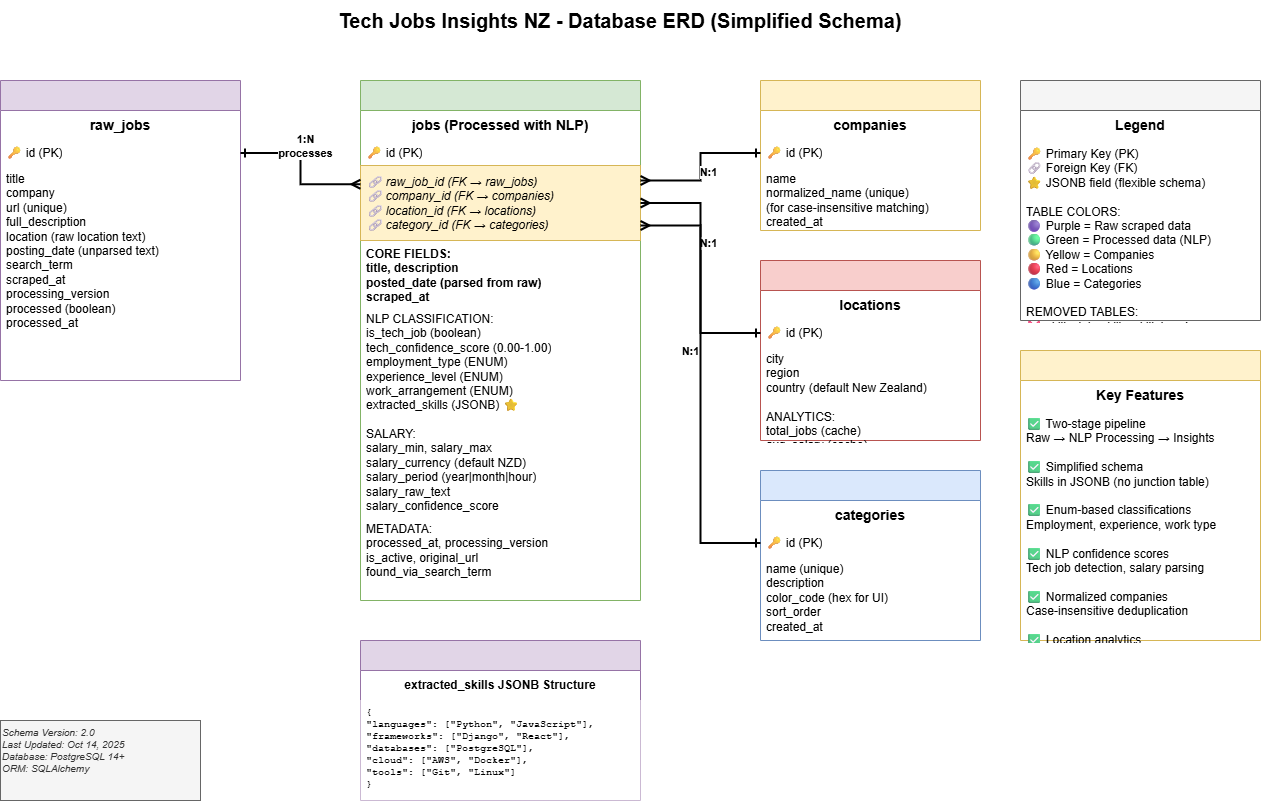
Above: ERD/Current_Database_ERD.drawio.png in TankHao12/techjobinsights (draw.io), before the change. Source tidied: cells renumbered, new cells last; positions are measured from the earlier drawing's top-left corner, leaving out a move shared by most shapes.
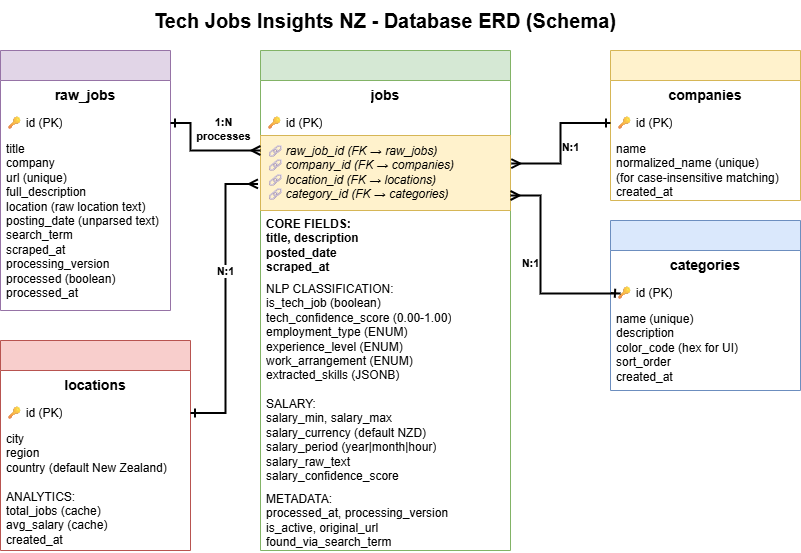
Later version of the same file.

Commit message:
update ERD images and add new System Architecture diagrams

Diff of the diagram source:
```diff
@@ -2,95 +2,96 @@
   <root>
     <mxCell id="0" />
     <mxCell id="1" parent="0" />
-    <mxCell id="2" value="Tech Jobs Insights NZ - Database ERD (Simplified Schema)" style="text;html=1;strokeColor=none;fillColor=none;align=center;verticalAlign=middle;whiteSpace=wrap;rounded=0;fontSize=20;fontStyle=1;" parent="1" vertex="1">
-      <mxGeometry x="320" width="600" height="40" as="geometry" />
+    <mxCell id="2" value="Tech Jobs Insights NZ - Database ERD (Schema)" style="text;html=1;strokeColor=none;fillColor=none;align=center;verticalAlign=middle;whiteSpace=wrap;rounded=0;fontSize=20;fontStyle=1;" parent="1" vertex="1">
+      <mxGeometry x="145" y="30" width="600" height="40" as="geometry" />
     </mxCell>
     <mxCell id="3" style="swimlane;fontStyle=0;horizontal=1;startSize=30;whiteSpace=wrap;html=1;fillColor=#e1d5e7;strokeColor=#9673a6;" parent="1" vertex="1">
-      <mxGeometry y="80" width="240" height="300" as="geometry" />
+      <mxGeometry x="60" y="80" width="170" height="260" as="geometry" />
     </mxCell>
     <mxCell id="4" value="raw_jobs" style="text;strokeColor=none;fillColor=none;align=center;verticalAlign=middle;spacingLeft=4;spacingRight=4;overflow=hidden;whiteSpace=wrap;html=1;fontStyle=1;fontSize=14;" parent="3" vertex="1">
-      <mxGeometry y="30" width="240" height="30" as="geometry" />
+      <mxGeometry y="30" width="170" height="30" as="geometry" />
     </mxCell>
     <mxCell id="5" value="🔑 id (PK)" style="text;strokeColor=none;fillColor=none;align=left;verticalAlign=middle;spacingLeft=4;spacingRight=4;overflow=hidden;points=[[0,0.5],[1,0.5]];portConstraint=eastwest;whiteSpace=wrap;html=1;" parent="3" vertex="1">
-      <mxGeometry y="60" width="240" height="25" as="geometry" />
+      <mxGeometry y="60" width="170" height="25" as="geometry" />
     </mxCell>
     <mxCell id="6" value="title&#10;company&#10;url (unique)&#10;full_description&#10;location (raw location text)&#10;posting_date (unparsed text)&#10;search_term&#10;scraped_at&#10;processing_version&#10;processed (boolean)&#10;processed_at" style="text;strokeColor=none;fillColor=none;align=left;verticalAlign=top;spacingLeft=4;spacingRight=4;overflow=hidden;whiteSpace=wrap;html=1;" parent="3" vertex="1">
-      <mxGeometry y="85" width="240" height="215" as="geometry" />
+      <mxGeometry y="85" width="170" height="175" as="geometry" />
     </mxCell>
     <mxCell id="7" style="swimlane;fontStyle=0;horizontal=1;startSize=30;whiteSpace=wrap;html=1;fillColor=#d5e8d4;strokeColor=#82b366;" parent="1" vertex="1">
-      <mxGeometry x="360" y="80" width="280" height="520" as="geometry" />
+      <mxGeometry x="320" y="80" width="250" height="500" as="geometry" />
     </mxCell>
-    <mxCell id="8" value="jobs (Processed with NLP)" style="text;strokeColor=none;fillColor=none;align=center;verticalAlign=middle;spacingLeft=4;spacingRight=4;overflow=hidden;whiteSpace=wrap;html=1;fontStyle=1;fontSize=14;" parent="7" vertex="1">
-      <mxGeometry y="30" width="280" height="30" as="geometry" />
+    <mxCell id="8" value="jobs" style="text;strokeColor=none;fillColor=none;align=center;verticalAlign=middle;spacingLeft=4;spacingRight=4;overflow=hidden;whiteSpace=wrap;html=1;fontStyle=1;fontSize=14;" parent="7" vertex="1">
+      <mxGeometry y="30" width="250" height="30" as="geometry" />
     </mxCell>
     <mxCell id="9" value="🔑 id (PK)" style="text;strokeColor=none;fillColor=none;align=left;verticalAlign=middle;spacingLeft=4;spacingRight=4;overflow=hidden;whiteSpace=wrap;html=1;" parent="7" vertex="1">
-      <mxGeometry y="60" width="280" height="25" as="geometry" />
+      <mxGeometry y="60" width="250" height="25" as="geometry" />
     </mxCell>
     <mxCell id="10" value="🔗 raw_job_id (FK → raw_jobs)&#10;🔗 company_id (FK → companies)&#10;🔗 location_id (FK → locations)&#10;🔗 category_id (FK → categories)" style="text;strokeColor=none;fillColor=#fff2cc;align=left;verticalAlign=middle;spacingLeft=4;spacingRight=4;overflow=hidden;points=[[0,0.5],[1,0.5]];portConstraint=eastwest;whiteSpace=wrap;html=1;fontStyle=2;strokeColor=#d6b656;" parent="7" vertex="1">
-      <mxGeometry y="85" width="280" height="75" as="geometry" />
+      <mxGeometry y="85" width="250" height="75" as="geometry" />
     </mxCell>
-    <mxCell id="11" value="CORE FIELDS:&#10;title, description&#10;posted_date (parsed from raw)&#10;scraped_at" style="text;strokeColor=none;fillColor=none;align=left;verticalAlign=top;spacingLeft=4;spacingRight=4;overflow=hidden;whiteSpace=wrap;html=1;fontStyle=1;" parent="7" vertex="1">
-      <mxGeometry y="160" width="280" height="65" as="geometry" />
+    <mxCell id="11" value="CORE FIELDS:&lt;br&gt;title, description&lt;br&gt;posted_date&lt;br&gt;scraped_at" style="text;strokeColor=none;fillColor=none;align=left;verticalAlign=top;spacingLeft=4;spacingRight=4;overflow=hidden;whiteSpace=wrap;html=1;fontStyle=1;" parent="7" vertex="1">
+      <mxGeometry y="160" width="250" height="65" as="geometry" />
     </mxCell>
-    <mxCell id="12" value="NLP CLASSIFICATION:&#10;is_tech_job (boolean)&#10;tech_confidence_score (0.00-1.00)&#10;employment_type (ENUM)&#10;experience_level (ENUM)&#10;work_arrangement (ENUM)&#10;extracted_skills (JSONB) ⭐" style="text;strokeColor=none;fillColor=none;align=left;verticalAlign=top;spacingLeft=4;spacingRight=4;overflow=hidden;whiteSpace=wrap;html=1;" parent="7" vertex="1">
-      <mxGeometry y="225" width="280" height="115" as="geometry" />
+    <mxCell id="12" value="NLP CLASSIFICATION:&lt;br&gt;is_tech_job (boolean)&lt;br&gt;tech_confidence_score (0.00-1.00)&lt;br&gt;employment_type (ENUM)&lt;br&gt;experience_level (ENUM)&lt;br&gt;work_arrangement (ENUM)&lt;br&gt;extracted_skills (JSONB)" style="text;strokeColor=none;fillColor=none;align=left;verticalAlign=top;spacingLeft=4;spacingRight=4;overflow=hidden;whiteSpace=wrap;html=1;" parent="7" vertex="1">
+      <mxGeometry y="225" width="250" height="115" as="geometry" />
     </mxCell>
     <mxCell id="13" value="SALARY:&#10;salary_min, salary_max&#10;salary_currency (default NZD)&#10;salary_period (year|month|hour)&#10;salary_raw_text&#10;salary_confidence_score" style="text;strokeColor=none;fillColor=none;align=left;verticalAlign=top;spacingLeft=4;spacingRight=4;overflow=hidden;whiteSpace=wrap;html=1;" parent="7" vertex="1">
-      <mxGeometry y="340" width="280" height="95" as="geometry" />
+      <mxGeometry y="340" width="250" height="95" as="geometry" />
     </mxCell>
     <mxCell id="14" value="METADATA:&#10;processed_at, processing_version&#10;is_active, original_url&#10;found_via_search_term" style="text;strokeColor=none;fillColor=none;align=left;verticalAlign=top;spacingLeft=4;spacingRight=4;overflow=hidden;whiteSpace=wrap;html=1;" parent="7" vertex="1">
-      <mxGeometry y="435" width="280" height="85" as="geometry" />
+      <mxGeometry y="435" width="250" height="65" as="geometry" />
     </mxCell>
     <mxCell id="15" style="swimlane;fontStyle=0;horizontal=1;startSize=30;whiteSpace=wrap;html=1;fillColor=#fff2cc;strokeColor=#d6b656;" parent="1" vertex="1">
-      <mxGeometry x="760" y="80" width="220" height="150" as="geometry" />
+      <mxGeometry x="670" y="80" width="190" height="150" as="geometry" />
     </mxCell>
     <mxCell id="16" value="companies" style="text;strokeColor=none;fillColor=none;align=center;verticalAlign=middle;spacingLeft=4;spacingRight=4;overflow=hidden;whiteSpace=wrap;html=1;fontStyle=1;fontSize=14;" parent="15" vertex="1">
-      <mxGeometry y="30" width="220" height="30" as="geometry" />
+      <mxGeometry y="30" width="190" height="30" as="geometry" />
     </mxCell>
     <mxCell id="17" value="🔑 id (PK)" style="text;strokeColor=none;fillColor=none;align=left;verticalAlign=middle;spacingLeft=4;spacingRight=4;overflow=hidden;points=[[0,0.5],[1,0.5]];portConstraint=eastwest;whiteSpace=wrap;html=1;" parent="15" vertex="1">
-      <mxGeometry y="60" width="220" height="25" as="geometry" />
+      <mxGeometry y="60" width="190" height="25" as="geometry" />
     </mxCell>
     <mxCell id="18" value="name&#10;normalized_name (unique)&#10;  (for case-insensitive matching)&#10;created_at" style="text;strokeColor=none;fillColor=none;align=left;verticalAlign=top;spacingLeft=4;spacingRight=4;overflow=hidden;whiteSpace=wrap;html=1;" parent="15" vertex="1">
-      <mxGeometry y="85" width="220" height="65" as="geometry" />
+      <mxGeometry y="85" width="190" height="65" as="geometry" />
     </mxCell>
     <mxCell id="19" style="swimlane;fontStyle=0;horizontal=1;startSize=30;whiteSpace=wrap;html=1;fillColor=#f8cecc;strokeColor=#b85450;" parent="1" vertex="1">
-      <mxGeometry x="760" y="260" width="220" height="180" as="geometry" />
+      <mxGeometry x="60" y="370" width="190" height="210" as="geometry" />
     </mxCell>
     <mxCell id="20" value="locations" style="text;strokeColor=none;fillColor=none;align=center;verticalAlign=middle;spacingLeft=4;spacingRight=4;overflow=hidden;whiteSpace=wrap;html=1;fontStyle=1;fontSize=14;" parent="19" vertex="1">
-      <mxGeometry y="30" width="220" height="30" as="geometry" />
+      <mxGeometry y="30" width="190" height="30" as="geometry" />
     </mxCell>
     <mxCell id="21" value="🔑 id (PK)" style="text;strokeColor=none;fillColor=none;align=left;verticalAlign=middle;spacingLeft=4;spacingRight=4;overflow=hidden;points=[[0,0.5],[1,0.5]];portConstraint=eastwest;whiteSpace=wrap;html=1;" parent="19" vertex="1">
-      <mxGeometry y="60" width="220" height="25" as="geometry" />
+      <mxGeometry y="60" width="190" height="25" as="geometry" />
     </mxCell>
     <mxCell id="22" value="city&#10;region&#10;country (default New Zealand)&#10;&#10;ANALYTICS:&#10;total_jobs (cache)&#10;avg_salary (cache)&#10;created_at" style="text;strokeColor=none;fillColor=none;align=left;verticalAlign=top;spacingLeft=4;spacingRight=4;overflow=hidden;whiteSpace=wrap;html=1;" parent="19" vertex="1">
-      <mxGeometry y="85" width="220" height="95" as="geometry" />
+      <mxGeometry y="85" width="190" height="125" as="geometry" />
     </mxCell>
     <mxCell id="23" style="swimlane;fontStyle=0;horizontal=1;startSize=30;whiteSpace=wrap;html=1;fillColor=#dae8fc;strokeColor=#6c8ebf;" parent="1" vertex="1">
-      <mxGeometry x="760" y="470" width="220" height="170" as="geometry" />
+      <mxGeometry x="670" y="250" width="190" height="170" as="geometry" />
     </mxCell>
     <mxCell id="24" value="categories" style="text;strokeColor=none;fillColor=none;align=center;verticalAlign=middle;spacingLeft=4;spacingRight=4;overflow=hidden;whiteSpace=wrap;html=1;fontStyle=1;fontSize=14;" parent="23" vertex="1">
-      <mxGeometry y="30" width="220" height="30" as="geometry" />
+      <mxGeometry y="30" width="190" height="30" as="geometry" />
     </mxCell>
     <mxCell id="25" value="🔑 id (PK)" style="text;strokeColor=none;fillColor=none;align=left;verticalAlign=middle;spacingLeft=4;spacingRight=4;overflow=hidden;points=[[0,0.5],[1,0.5]];portConstraint=eastwest;whiteSpace=wrap;html=1;" parent="23" vertex="1">
-      <mxGeometry y="60" width="220" height="25" as="geometry" />
+      <mxGeometry y="60" width="190" height="25" as="geometry" />
     </mxCell>
     <mxCell id="26" value="name (unique)&#10;description&#10;color_code (hex for UI)&#10;sort_order&#10;created_at&#10;&#10;Examples: Software Development,&#10;Data &amp; Analytics, DevOps" style="text;strokeColor=none;fillColor=none;align=left;verticalAlign=top;spacingLeft=4;spacingRight=4;overflow=hidden;whiteSpace=wrap;html=1;" parent="23" vertex="1">
-      <mxGeometry y="85" width="220" height="85" as="geometry" />
+      <mxGeometry y="85" width="190" height="85" as="geometry" />
     </mxCell>
-    <mxCell id="27" style="edgeStyle=orthogonalEdgeStyle;rounded=0;jettySize=auto;html=1;exitX=1;exitY=0.5;exitDx=0;exitDy=0;entryX=0;entryY=0.25;entryDx=0;entryDy=0;endArrow=ERmany;endFill=0;startArrow=ERone;startFill=0;strokeWidth=2;" parent="1" edge="1" source="5" target="10">
+    <mxCell id="27" style="edgeStyle=orthogonalEdgeStyle;rounded=0;jettySize=auto;html=1;exitX=1;exitY=0.5;exitDx=0;exitDy=0;endArrow=ERmany;endFill=0;startArrow=ERone;startFill=0;strokeWidth=2;" parent="1" edge="1" source="5">
       <mxGeometry relative="1" as="geometry">
+        <mxPoint x="320" y="180" as="targetPoint" />
         <Array as="points">
-          <mxPoint x="300" y="153" />
-          <mxPoint x="300" y="184" />
+          <mxPoint x="250" y="153" />
+          <mxPoint x="250" y="180" />
         </Array>
       </mxGeometry>
     </mxCell>
     <mxCell id="28" value="1:N&#10;processes" style="edgeLabel;html=1;align=center;verticalAlign=middle;fontStyle=1;fontSize=11;" parent="27" vertex="1">
       <mxGeometry x="-0.1" y="-1" relative="1" as="geometry">
-        <mxPoint x="5" y="-15" as="offset" />
+        <mxPoint x="27" y="-22" as="offset" />
       </mxGeometry>
     </mxCell>
-    <mxCell id="29" style="edgeStyle=orthogonalEdgeStyle;rounded=0;jettySize=auto;html=1;exitX=1;exitY=0.2;exitDx=0;exitDy=0;entryX=0;entryY=0.5;entryDx=0;entryDy=0;endArrow=ERone;endFill=0;startArrow=ERmany;startFill=0;strokeWidth=2;" parent="1" edge="1" source="10" target="17">
+    <mxCell id="29" style="edgeStyle=orthogonalEdgeStyle;rounded=0;jettySize=auto;html=1;exitX=1.003;exitY=0.374;exitDx=0;exitDy=0;entryX=0;entryY=0.5;entryDx=0;entryDy=0;endArrow=ERone;endFill=0;startArrow=ERmany;startFill=0;strokeWidth=2;exitPerimeter=0;" parent="1" edge="1" source="10" target="17">
       <mxGeometry relative="1" as="geometry" />
     </mxCell>
     <mxCell id="30" value="N:1" style="edgeLabel;html=1;align=center;verticalAlign=middle;fontStyle=1;fontSize=11;" parent="29" vertex="1">
@@ -98,19 +99,20 @@
         <mxPoint x="8" y="-10" as="offset" />
       </mxGeometry>
     </mxCell>
-    <mxCell id="31" style="edgeStyle=orthogonalEdgeStyle;rounded=0;jettySize=auto;html=1;exitX=1;exitY=0.5;exitDx=0;exitDy=0;entryX=0;entryY=0.5;entryDx=0;entryDy=0;endArrow=ERone;endFill=0;startArrow=ERmany;startFill=0;strokeWidth=2;" parent="1" edge="1" source="10" target="21">
+    <mxCell id="31" style="edgeStyle=orthogonalEdgeStyle;rounded=0;jettySize=auto;html=1;exitX=-0.01;exitY=0.646;exitDx=0;exitDy=0;entryX=1;entryY=0.5;entryDx=0;entryDy=0;endArrow=ERone;endFill=0;startArrow=ERmany;startFill=0;strokeWidth=2;exitPerimeter=0;" parent="1" edge="1" source="10" target="21">
       <mxGeometry relative="1" as="geometry" />
     </mxCell>
     <mxCell id="32" value="N:1" style="edgeLabel;html=1;align=center;verticalAlign=middle;fontStyle=1;fontSize=11;" parent="31" vertex="1">
       <mxGeometry x="-0.2" y="-1" relative="1" as="geometry">
-        <mxPoint x="8" as="offset" />
+        <mxPoint y="1" as="offset" />
       </mxGeometry>
     </mxCell>
     <mxCell id="33" style="edgeStyle=orthogonalEdgeStyle;rounded=0;jettySize=auto;html=1;exitX=1;exitY=0.8;exitDx=0;exitDy=0;entryX=0;entryY=0.5;entryDx=0;entryDy=0;endArrow=ERone;endFill=0;startArrow=ERmany;startFill=0;strokeWidth=2;" parent="1" edge="1" source="10" target="25">
       <mxGeometry relative="1" as="geometry">
         <Array as="points">
-          <mxPoint x="700" y="225" />
-          <mxPoint x="700" y="543" />
+          <mxPoint x="600" y="225" />
+          <mxPoint x="600" y="323" />
+          <mxPoint x="680" y="323" />
         </Array>
       </mxGeometry>
     </mxCell>
@@ -119,35 +121,5 @@
         <mxPoint x="-10" y="10" as="offset" />
       </mxGeometry>
     </mxCell>
-    <mxCell id="35" style="swimlane;fontStyle=0;horizontal=1;startSize=30;whiteSpace=wrap;html=1;fillColor=#f5f5f5;strokeColor=#666666;" parent="1" vertex="1">
-      <mxGeometry x="1020" y="80" width="240" height="240" as="geometry" />
-    </mxCell>
-    <mxCell id="36" value="Legend" style="text;strokeColor=none;fillColor=none;align=center;verticalAlign=middle;spacingLeft=4;spacingRight=4;overflow=hidden;whiteSpace=wrap;html=1;fontStyle=1;fontSize=14;" parent="35" vertex="1">
-      <mxGeometry y="30" width="240" height="30" as="geometry" />
-    </mxCell>
-    <mxCell id="37" value="🔑 Primary Key (PK)&#10;🔗 Foreign Key (FK)&#10;⭐ JSONB field (flexible schema)&#10;&#10;TABLE COLORS:&#10;🟣 Purple = Raw scraped data&#10;🟢 Green = Processed data (NLP)&#10;🟡 Yellow = Companies&#10;🔴 Red = Locations&#10;🔵 Blue = Categories&#10;&#10;REMOVED TABLES:&#10;❌ skills, job_skills, skill_trends&#10;❌ scraping_sessions&#10;❌ employment_types, experience_levels&#10;&#10;Now using JSONB for skills!" style="text;strokeColor=none;fillColor=none;align=left;verticalAlign=top;spacingLeft=4;spacingRight=4;overflow=hidden;whiteSpace=wrap;html=1;" parent="35" vertex="1">
-      <mxGeometry y="60" width="240" height="180" as="geometry" />
-    </mxCell>
-    <mxCell id="38" style="swimlane;fontStyle=0;horizontal=1;startSize=30;whiteSpace=wrap;html=1;fillColor=#fff2cc;strokeColor=#d6b656;" parent="1" vertex="1">
-      <mxGeometry x="1020" y="350" width="240" height="290" as="geometry" />
-    </mxCell>
-    <mxCell id="39" value="Key Features" style="text;strokeColor=none;fillColor=none;align=center;verticalAlign=middle;spacingLeft=4;spacingRight=4;overflow=hidden;whiteSpace=wrap;html=1;fontStyle=1;fontSize=14;" parent="38" vertex="1">
-      <mxGeometry y="30" width="240" height="30" as="geometry" />
-    </mxCell>
-    <mxCell id="40" value="✅ Two-stage pipeline&#10;   Raw → NLP Processing → Insights&#10;&#10;✅ Simplified schema&#10;   Skills in JSONB (no junction table)&#10;&#10;✅ Enum-based classifications&#10;   Employment, experience, work type&#10;&#10;✅ NLP confidence scores&#10;   Tech job detection, salary parsing&#10;&#10;✅ Normalized companies&#10;   Case-insensitive deduplication&#10;&#10;✅ Location analytics&#10;   Cached job counts &amp; avg salaries&#10;&#10;✅ Audit trail&#10;   Processing versions &amp; timestamps&#10;&#10;✅ Soft deletes&#10;   is_active flag for job lifecycle" style="text;strokeColor=none;fillColor=none;align=left;verticalAlign=top;spacingLeft=4;spacingRight=4;overflow=hidden;whiteSpace=wrap;html=1;" parent="38" vertex="1">
-      <mxGeometry y="60" width="240" height="230" as="geometry" />
-    </mxCell>
-    <mxCell id="41" value="Schema Version: 2.0&#10;Last Updated: Oct 14, 2025&#10;Database: PostgreSQL 14+&#10;ORM: SQLAlchemy" style="text;html=1;strokeColor=#666666;fillColor=#f5f5f5;align=left;verticalAlign=top;whiteSpace=wrap;rounded=0;fontSize=10;fontStyle=2;fontColor=#333333;" parent="1" vertex="1">
-      <mxGeometry y="720" width="200" height="80" as="geometry" />
-    </mxCell>
-    <mxCell id="42" style="swimlane;fontStyle=0;horizontal=1;startSize=30;whiteSpace=wrap;html=1;fillColor=#e1d5e7;strokeColor=#9673a6;" parent="1" vertex="1">
-      <mxGeometry x="360" y="640" width="280" height="160" as="geometry" />
-    </mxCell>
-    <mxCell id="43" value="extracted_skills JSONB Structure" style="text;strokeColor=none;fillColor=none;align=center;verticalAlign=middle;spacingLeft=4;spacingRight=4;overflow=hidden;whiteSpace=wrap;html=1;fontStyle=1;fontSize=12;" parent="42" vertex="1">
-      <mxGeometry y="30" width="280" height="30" as="geometry" />
-    </mxCell>
-    <mxCell id="44" value="{&#10;  &quot;languages&quot;: [&quot;Python&quot;, &quot;JavaScript&quot;],&#10;  &quot;frameworks&quot;: [&quot;Django&quot;, &quot;React&quot;],&#10;  &quot;databases&quot;: [&quot;PostgreSQL&quot;],&#10;  &quot;cloud&quot;: [&quot;AWS&quot;, &quot;Docker&quot;],&#10;  &quot;tools&quot;: [&quot;Git&quot;, &quot;Linux&quot;]&#10;}" style="text;strokeColor=none;fillColor=#ffffff;align=left;verticalAlign=top;spacingLeft=4;spacingRight=4;overflow=hidden;whiteSpace=wrap;html=1;fontFamily=Courier New;fontSize=10;" parent="42" vertex="1">
-      <mxGeometry y="60" width="280" height="100" as="geometry" />
-    </mxCell>
   </root>
 </mxGraphModel>
```
